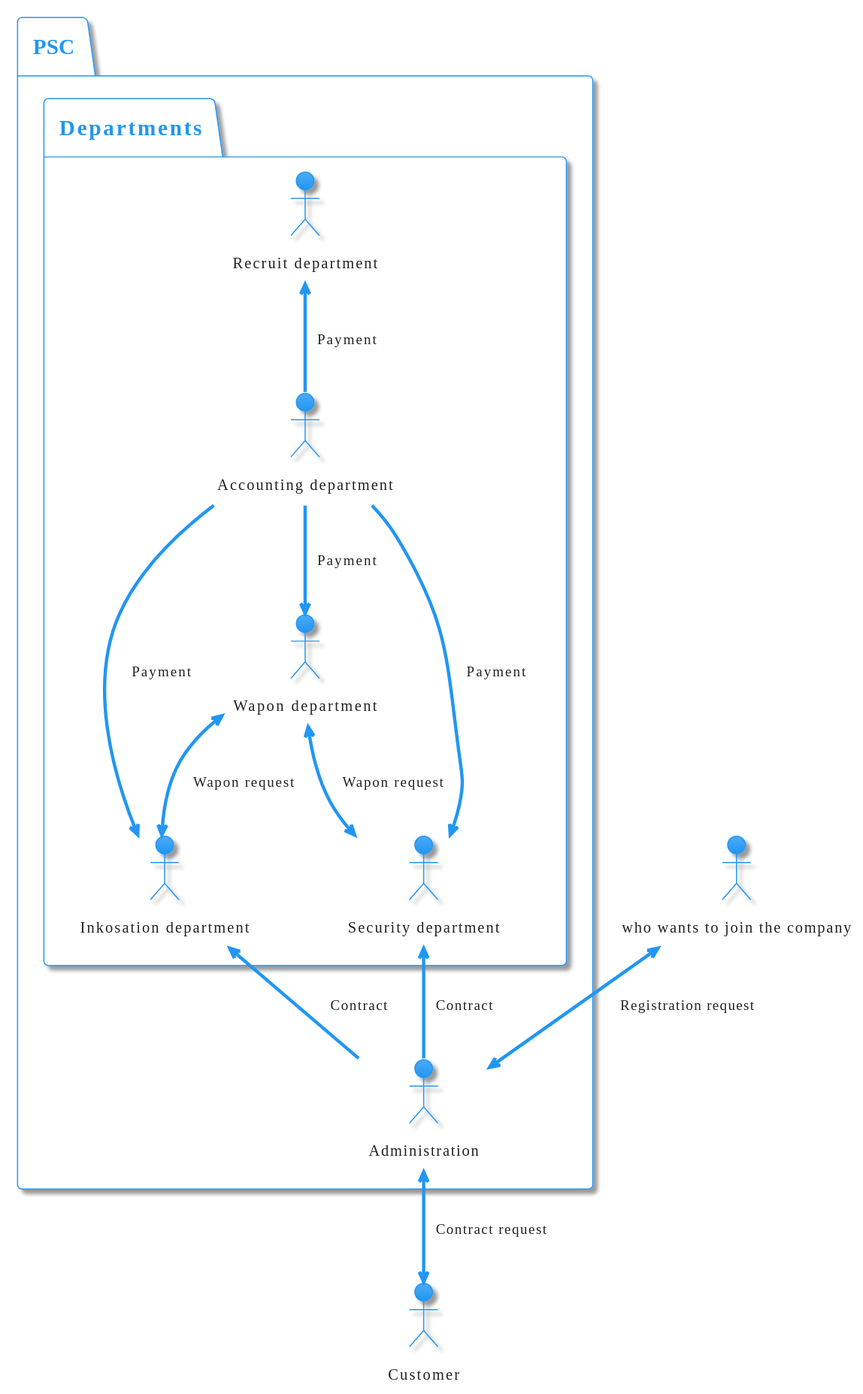
Above: docs/img/infoFlow.svg in siisgoo/siisty (PlantUML), before the change.
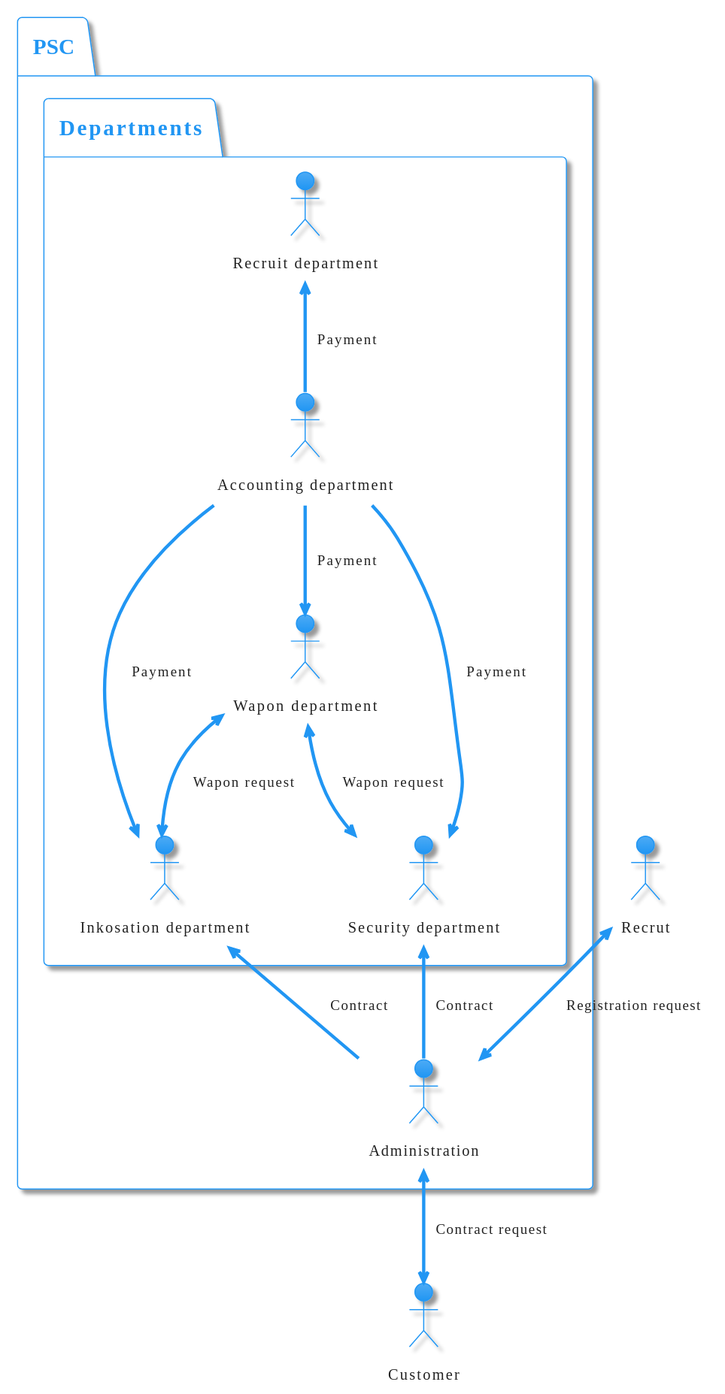
The same file after the commit.

The edit, as a diff of the source:
```diff
@@ -3,7 +3,7 @@
 top to bottom direction
 
 actor Customer as cus
-actor "who wants to join the company" as req
+actor "Recrut" as req
 
 package PSC {
     actor Administration as adm
```
